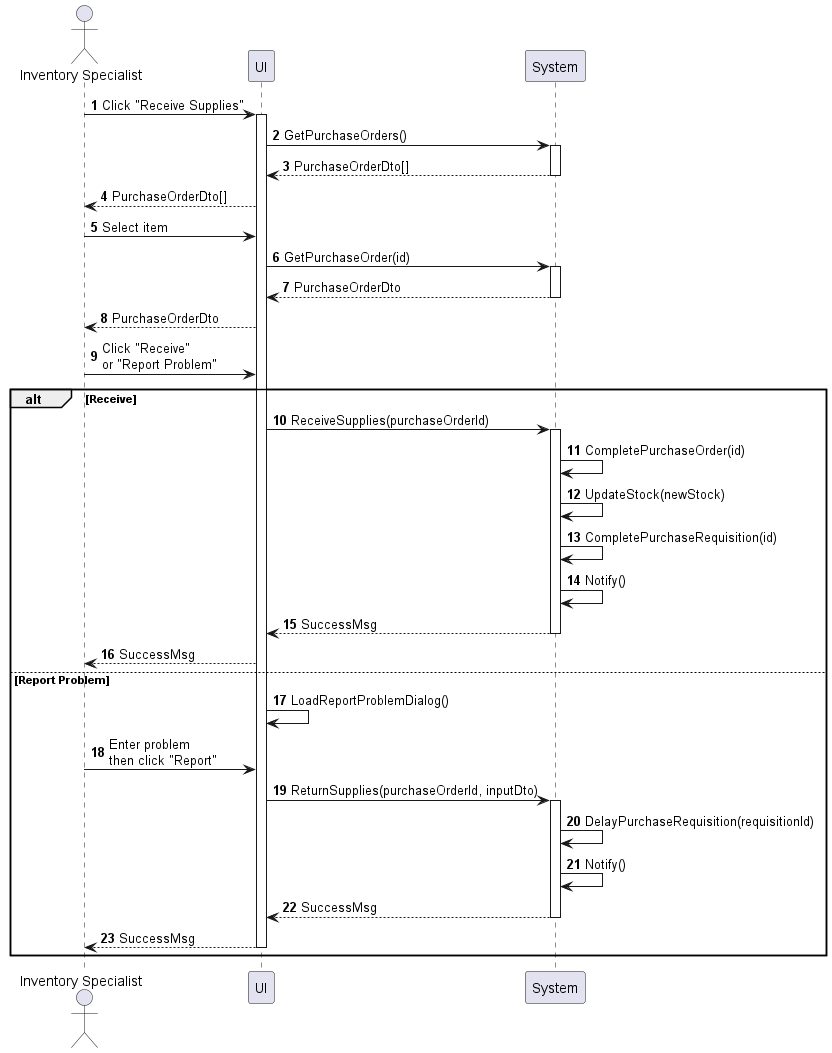
phihungha/scmss-reqs keeps this PlantUML diagram as sequences/inventory-supply-receive.png. Above is the earlier version.
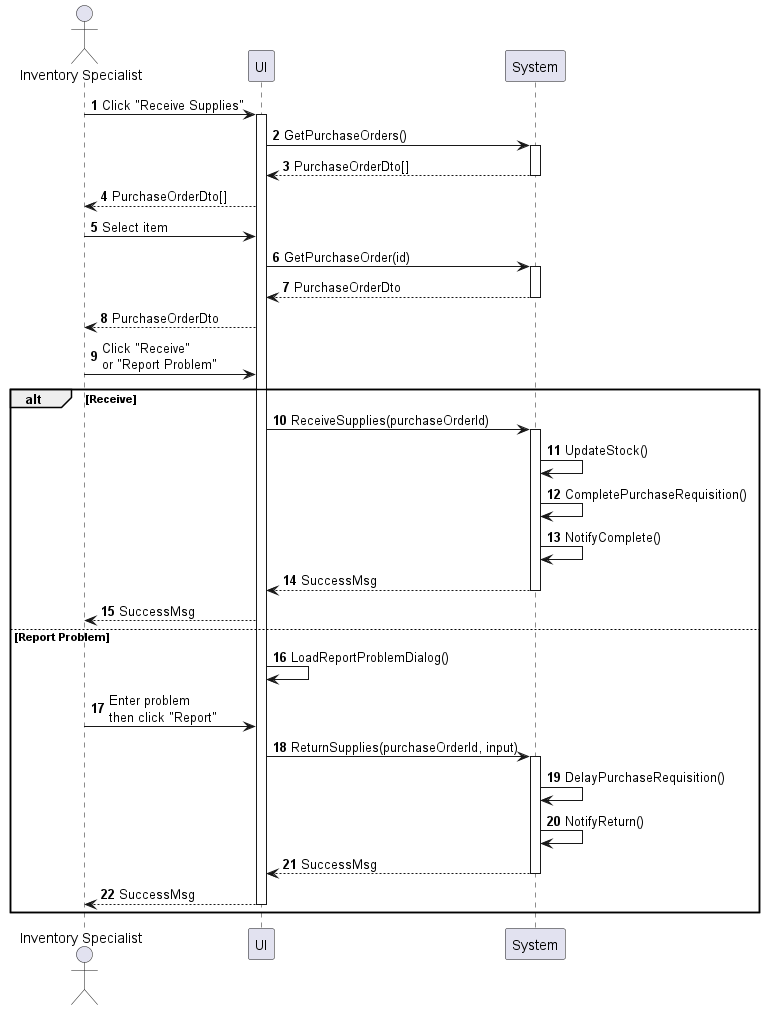
The same file after the commit.

The edit, as a diff of the source:
```diff
@@ -21,19 +21,18 @@
 alt Receive
     f -> b : ReceiveSupplies(purchaseOrderId)
     activate b
-    b -> b : CompletePurchaseOrder(id)
-    b -> b : UpdateStock(newStock)
-    b -> b : CompletePurchaseRequisition(id)
-    b -> b : Notify()
+    b -> b : UpdateStock()
+    b -> b : CompletePurchaseRequisition()
+    b -> b : NotifyComplete()
     return SuccessMsg
     f --> a : SuccessMsg
 else Report Problem
     f -> f : LoadReportProblemDialog()
     a -> f : Enter problem\nthen click "Report"
-    f -> b : ReturnSupplies(purchaseOrderId, inputDto)
+    f -> b : ReturnSupplies(purchaseOrderId, input)
     activate b
-    b -> b : DelayPurchaseRequisition(requisitionId)
-    b -> b : Notify()
+    b -> b : DelayPurchaseRequisition()
+    b -> b : NotifyReturn()
     return SuccessMsg
     f --> a : SuccessMsg
     deactivate f
```
